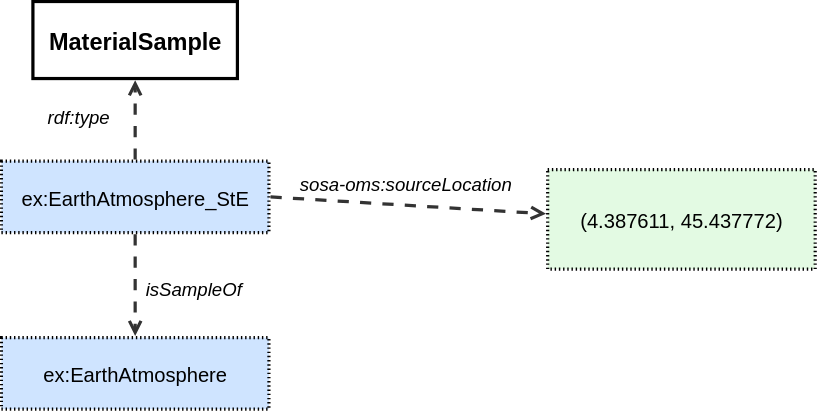
Earlier version of the draw.io export ssn/images/LocatedSample.svg (w3c/sdw-sosa-ssn). Source tidied: cells renumbered, new cells last; positions are measured from the earlier drawing's top-left corner, leaving out a move shared by most shapes.
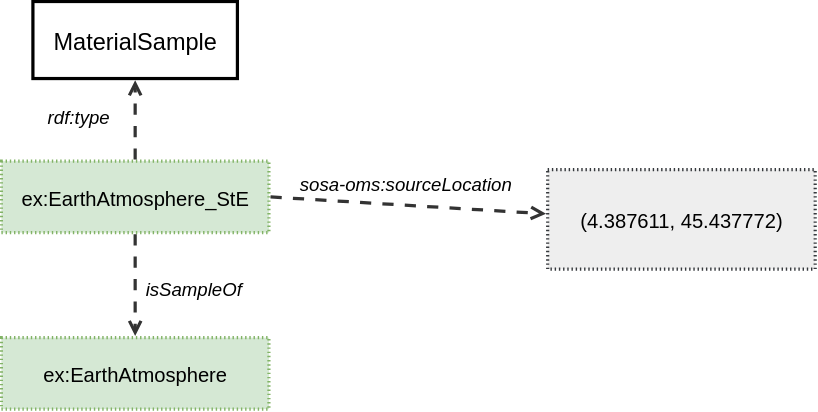
Above is the later version.

What changed in the source:
```diff
@@ -2,10 +2,10 @@
   <root>
     <mxCell id="0" />
     <mxCell id="1" parent="0" />
-    <mxCell id="2" value="&lt;font&gt;ex:EarthAtmosphere_StE&lt;/font&gt;" style="html=1;overflow=block;blockSpacing=1;whiteSpace=wrap;fontSize=14.4;fontFamily=Helvetica;fontColor=default;align=center;spacing=0;strokeOpacity=100;fillOpacity=100;fillColor=#cfe4ff;dashed=1;fixDash=1;dashPattern=1 2;strokeWidth=2.3;convertToSvg=1;" parent="1" vertex="1">
+    <mxCell id="2" value="&lt;font&gt;ex:EarthAtmosphere_StE&lt;/font&gt;" style="html=1;overflow=block;blockSpacing=1;whiteSpace=wrap;fontSize=14.4;fontFamily=Helvetica;align=center;spacing=0;strokeOpacity=100;fillOpacity=100;fillColor=#d5e8d4;dashed=1;fixDash=1;dashPattern=1 2;strokeWidth=2.3;convertToSvg=1;strokeColor=#82b366;" parent="1" vertex="1">
       <mxGeometry y="114" width="191" height="51" as="geometry" />
     </mxCell>
-    <mxCell id="3" value="MaterialSample" style="html=1;overflow=block;blockSpacing=1;whiteSpace=wrap;fontSize=16.8;fontColor=default;fontStyle=1;align=center;spacing=0;strokeOpacity=100;fillOpacity=0;fillColor=#000000;strokeWidth=2.3;convertToSvg=1;fontFamily=Helvetica;" parent="1" vertex="1">
+    <mxCell id="3" value="MaterialSample" style="html=1;overflow=block;blockSpacing=1;whiteSpace=wrap;fontSize=16.8;fontColor=default;fontStyle=0;align=center;spacing=0;strokeOpacity=100;fillOpacity=0;fillColor=#000000;strokeWidth=2.3;convertToSvg=1;fontFamily=Helvetica;" parent="1" vertex="1">
       <mxGeometry x="22.5" width="146" height="55" as="geometry" />
     </mxCell>
     <mxCell id="4" value="rdf:type" style="html=1;overflow=block;blockSpacing=1;whiteSpace=wrap;fontSize=13.3;fontStyle=2;align=left;spacing=3.8;verticalAlign=top;strokeColor=none;fillOpacity=0;fillColor=#ffffff;dashed=1;fixDash=1;dashPattern=16 6;strokeWidth=0;lucidId=0ZtLoD1I2n68;fontColor=default;convertToSvg=1;fontFamily=Helvetica;" parent="1" vertex="1">
@@ -14,7 +14,7 @@
     <mxCell id="5" style="html=1;jettySize=18;whiteSpace=wrap;fontSize=13;strokeColor=#333333;strokeOpacity=100;dashed=1;fixDash=1;dashPattern=8 8;strokeWidth=2.3;rounded=0;startArrow=none;endArrow=open;exitX=0.5;exitY=-0.022;exitPerimeter=0;entryX=0.5;entryY=1.021;entryPerimeter=0;lucidId=0ZtLjH5MFli1;fontColor=default;convertToSvg=1;fontFamily=Helvetica;" parent="1" edge="1" source="2" target="3">
       <mxGeometry relative="1" as="geometry" />
     </mxCell>
-    <mxCell id="6" value="&lt;font&gt;(4.387611, 45.437772)&lt;/font&gt;" style="points=[[-0.006,0.445,0]];html=1;overflow=block;blockSpacing=1;whiteSpace=wrap;fontSize=14.4;fontFamily=Helvetica;fontColor=default;align=center;spacing=0;strokeOpacity=100;fillOpacity=100;fillColor=#e3fae3;dashed=1;fixDash=1;dashPattern=1 2;strokeWidth=2.3;convertToSvg=1;" parent="1" vertex="1">
+    <mxCell id="6" value="&lt;font&gt;(4.387611, 45.437772)&lt;/font&gt;" style="points=[[-0.006,0.445,0]];html=1;overflow=block;blockSpacing=1;whiteSpace=wrap;fontSize=14.4;fontFamily=Helvetica;align=center;spacing=0;strokeOpacity=100;fillOpacity=100;fillColor=#eeeeee;dashed=1;fixDash=1;dashPattern=1 2;strokeWidth=2.3;convertToSvg=1;strokeColor=#36393d;" parent="1" vertex="1">
       <mxGeometry x="390" y="120" width="191" height="71" as="geometry" />
     </mxCell>
     <mxCell id="7" style="html=1;jettySize=18;whiteSpace=wrap;fontSize=13;strokeColor=#333333;strokeOpacity=100;dashed=1;fixDash=1;dashPattern=8 8;strokeWidth=2.3;rounded=0;startArrow=none;endArrow=open;exitX=1.006;exitY=0.5;exitPerimeter=0;entryX=-0.006;entryY=0.445;entryPerimeter=0;lucidId=0ZtL0HBQd7HC;fontColor=default;convertToSvg=1;fontFamily=Helvetica;" parent="1" edge="1" source="2" target="6">
@@ -23,7 +23,7 @@
     <mxCell id="8" value="sosa-oms:sourceLocation" style="html=1;overflow=block;blockSpacing=1;whiteSpace=wrap;fontSize=13.3;fontStyle=2;align=left;spacing=3.8;verticalAlign=top;strokeColor=none;fillOpacity=0;fillColor=#ffffff;dashed=1;fixDash=1;dashPattern=16 6;strokeWidth=0;lucidId=0ZtLjIqilOCG;fontColor=default;convertToSvg=1;fontFamily=Helvetica;" parent="1" vertex="1">
       <mxGeometry x="210" y="120" width="101" height="24" as="geometry" />
     </mxCell>
-    <mxCell id="9" value="&lt;font&gt;ex:EarthAtmosphere&lt;/font&gt;" style="html=1;overflow=block;blockSpacing=1;whiteSpace=wrap;fontSize=14.4;fontFamily=Helvetica;fontColor=default;align=center;spacing=0;strokeOpacity=100;fillOpacity=100;fillColor=#cfe4ff;dashed=1;fixDash=1;dashPattern=1 2;strokeWidth=2.3;convertToSvg=1;" parent="1" vertex="1">
+    <mxCell id="9" value="&lt;font&gt;ex:EarthAtmosphere&lt;/font&gt;" style="html=1;overflow=block;blockSpacing=1;whiteSpace=wrap;fontSize=14.4;fontFamily=Helvetica;align=center;spacing=0;strokeOpacity=100;fillOpacity=100;fillColor=#d5e8d4;dashed=1;fixDash=1;dashPattern=1 2;strokeWidth=2.3;convertToSvg=1;strokeColor=#82b366;" parent="1" vertex="1">
       <mxGeometry y="240" width="191" height="51" as="geometry" />
     </mxCell>
     <mxCell id="10" style="html=1;jettySize=18;whiteSpace=wrap;fontSize=13;strokeColor=#333333;strokeOpacity=100;dashed=1;fixDash=1;dashPattern=8 8;strokeWidth=2.3;rounded=0;startArrow=none;endArrow=open;exitX=0.5;exitY=1.022;exitPerimeter=0;entryX=0.5;entryY=-0.022;entryPerimeter=0;lucidId=99tL9u1mtIVW;fontColor=default;convertToSvg=1;fontFamily=Helvetica;" parent="1" edge="1" source="2" target="9">
```
